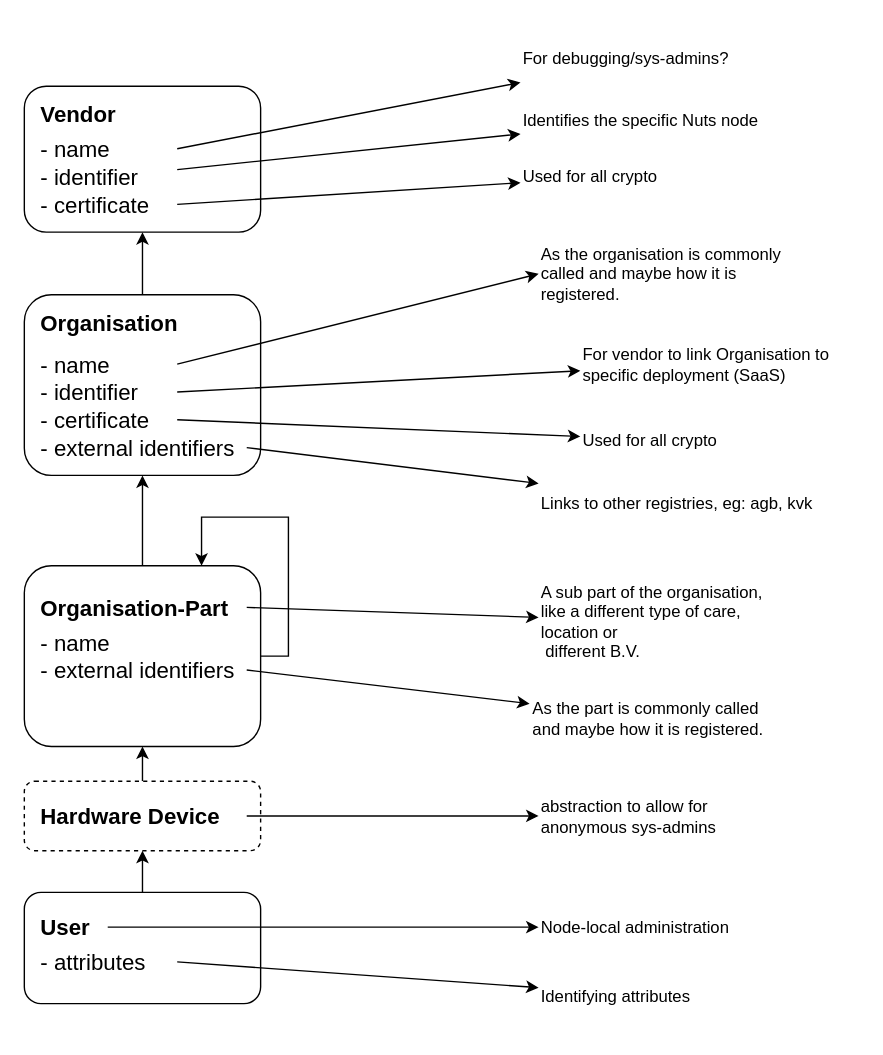
Earlier version of the draw.io diagram diagrams/location-hierarchy.drawio (nuts-foundation/nuts-documentation). Source tidied: cells renumbered, new cells numbered last; positions are measured from the earlier drawing's top-left corner, leaving out a move shared by most shapes. Both pictures are drawn from the tidied source at 139%, with x=0, y=0 at pixel (24, 22).
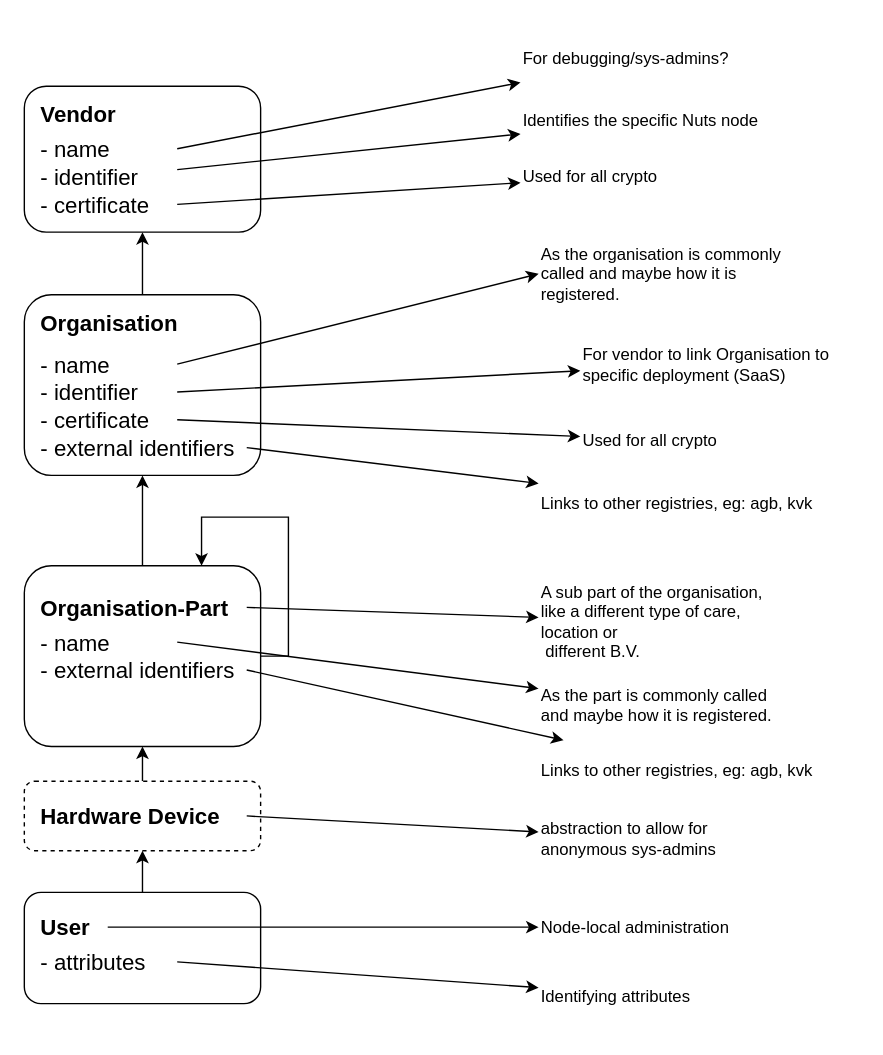
Above is the later version.

Commit message (it also covers changes not shown here):
v3 of location hierarchy

The change refers to these unchanged cells:
```xml
<mxCell id="24" value="&lt;font style=&quot;font-size: 16px&quot;&gt;- name&lt;/font&gt;" style="text;html=1;strokeColor=none;fillColor=none;align=left;verticalAlign=middle;whiteSpace=wrap;rounded=0;" parent="1" vertex="1">
  <mxGeometry x="10" y="435.5" width="100" height="20" as="geometry" />
</mxCell>
<mxCell id="30" value="&lt;font style=&quot;font-size: 16px&quot;&gt;- external identifiers&lt;/font&gt;" style="text;html=1;strokeColor=none;fillColor=none;align=left;verticalAlign=middle;whiteSpace=wrap;rounded=0;" parent="1" vertex="1">
  <mxGeometry x="10" y="455.5" width="150" height="20" as="geometry" />
</mxCell>
<mxCell id="33" value="&lt;font style=&quot;font-size: 16px&quot;&gt;&lt;b&gt;Hardware Device&lt;/b&gt;&lt;/font&gt;" style="text;html=1;strokeColor=none;fillColor=none;align=left;verticalAlign=middle;whiteSpace=wrap;rounded=0;" parent="1" vertex="1">
  <mxGeometry x="10" y="555.5" width="150" height="30" as="geometry" />
</mxCell>
```

What changed in the source:
```diff
@@
+    <mxCell id="51" style="edgeStyle=none;rounded=0;jettySize=auto;html=1;exitX=1;exitY=0.5;exitDx=0;exitDy=0;" parent="1" edge="1" source="24" target="25">
+      <mxGeometry relative="1" as="geometry" />
+    </mxCell>
@@
     <mxCell id="25" value="As the part is commonly called and maybe how it is registered." style="text;html=1;strokeColor=none;fillColor=none;align=left;verticalAlign=middle;whiteSpace=wrap;rounded=0;" parent="1" vertex="1">
-      <mxGeometry x="363.5" y="475.5" width="180" height="50" as="geometry" />
+      <mxGeometry x="370" y="465.5" width="180" height="50" as="geometry" />
     </mxCell>
@@
-    <mxCell id="29" style="edgeStyle=none;rounded=0;jettySize=auto;html=1;exitX=1;exitY=0.5;exitDx=0;exitDy=0;" parent="1" edge="1" source="30" target="25">
-      <mxGeometry relative="1" as="geometry" />
-    </mxCell>
+    <mxCell id="52" style="edgeStyle=none;rounded=0;jettySize=auto;html=1;exitX=1;exitY=0.5;exitDx=0;exitDy=0;" parent="1" edge="1" source="30" target="53">
+      <mxGeometry relative="1" as="geometry" />
+    </mxCell>
@@
-    <mxCell id="32" style="edgeStyle=orthogonalEdgeStyle;rounded=0;jettySize=auto;html=1;exitX=1;exitY=0.5;exitDx=0;exitDy=0;" parent="1" edge="1" source="33" target="34">
+    <mxCell id="32" style="rounded=0;jettySize=auto;html=1;exitX=1;exitY=0.5;exitDx=0;exitDy=0;" parent="1" edge="1" source="33" target="34">
       <mxGeometry relative="1" as="geometry" />
     </mxCell>
@@
     <mxCell id="34" value="abstraction to allow for anonymous sys-admins" style="text;html=1;strokeColor=none;fillColor=none;align=left;verticalAlign=middle;whiteSpace=wrap;rounded=0;" parent="1" vertex="1">
-      <mxGeometry x="370" y="545.5" width="180" height="50" as="geometry" />
+      <mxGeometry x="370" y="562" width="180" height="50" as="geometry" />
     </mxCell>
@@
+    <mxCell id="53" value="Links to other registries, eg: agb, kvk" style="text;html=1;strokeColor=none;fillColor=none;align=left;verticalAlign=middle;whiteSpace=wrap;rounded=0;" parent="1" vertex="1">
+      <mxGeometry x="370" y="516" width="230" height="43" as="geometry" />
+    </mxCell>
```
